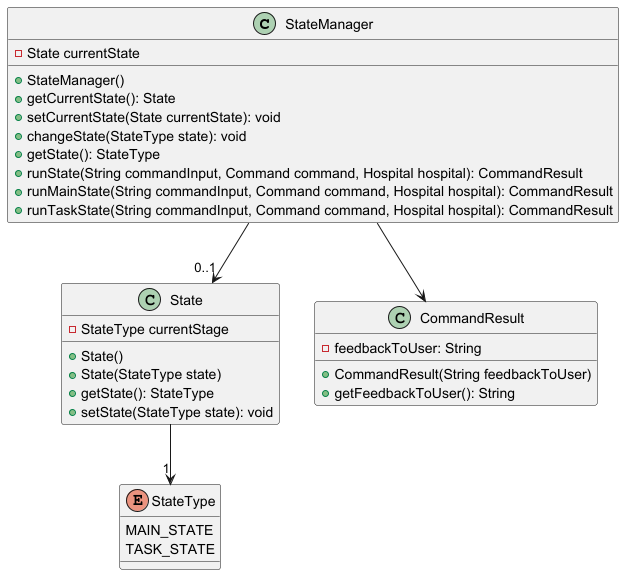
nus-cs2113-AY2425S1/tp keeps this PlantUML diagram as docs/images/StateManagerClassDiagram.png. Above is the earlier version.
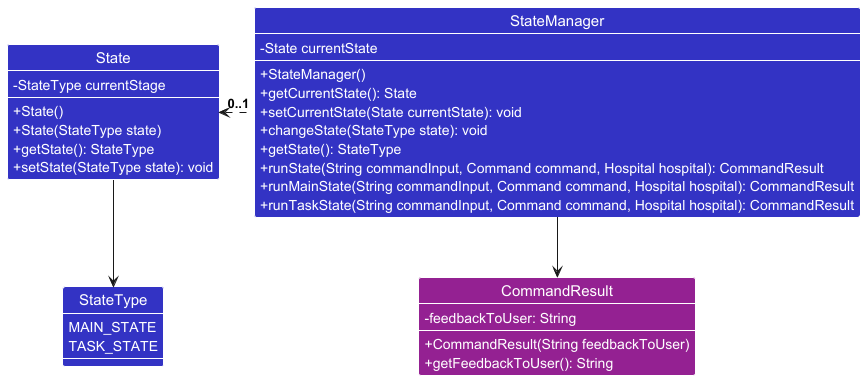
Above is the later version.

Diff of the diagram source:
```diff
@@ -1,6 +1,8 @@
 @startuml
 
-class StateManager {
+!include style.puml
+
+class StateManager LOGIC_COLOR{
     - State currentState
     + StateManager()
     + getCurrentState(): State
@@ -12,7 +14,7 @@
     + runTaskState(String commandInput, Command command, Hospital hospital): CommandResult
 }
 
-class State {
+class State LOGIC_COLOR{
     - StateType currentStage
     + State()
     + State(StateType state)
@@ -20,19 +22,19 @@
     + setState(StateType state): void
 }
 
-enum StateType {
+enum StateType LOGIC_COLOR{
     MAIN_STATE
     TASK_STATE
 }
 
-class CommandResult {
+class CommandResult COMMAND_COLOR{
     - feedbackToUser: String
     + CommandResult(String feedbackToUser)
     + getFeedbackToUser(): String
 }
 
-StateManager --> "0..1" State
-State --> "1" StateType
+StateManager .left.> "0..1" State
+State --> StateType
 StateManager --> CommandResult
 
 @enduml
```
